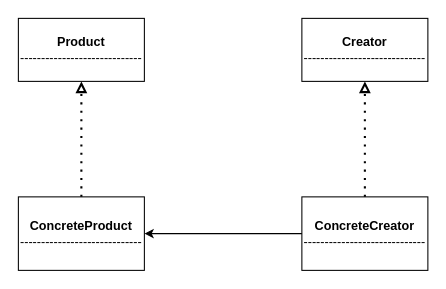
Above: FactoryMethodPatternStructure.drawio in titcoi-eastlaos/diagrams- (draw.io), before the change. Source tidied: cells renumbered, new cells numbered last; positions are measured from the earlier drawing's top-left corner, leaving out a move shared by most shapes. Both pictures are drawn from the tidied source at 105%, with x=0, y=0 at pixel (18, 18).
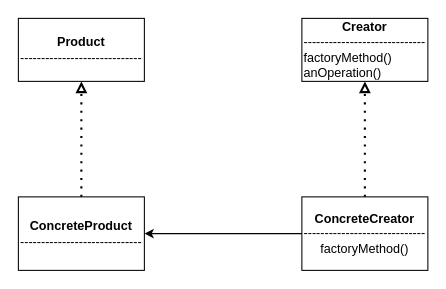
The same page after the edit.

Change to the diagram source:
```diff
@@
 <mxGraphModel>
   <root>
     <mxCell id="0" />
     <mxCell id="1" parent="0" />
     <mxCell id="2" value="&lt;div&gt;&lt;b&gt;Product&lt;/b&gt;&lt;br&gt;&lt;/div&gt;&lt;div&gt;&lt;span&gt;-----------------------------&lt;/span&gt;&lt;/div&gt;" style="rounded=0;whiteSpace=wrap;html=1;align=center;" parent="1" vertex="1">
       <mxGeometry width="120" height="60" as="geometry" />
     </mxCell>
-    <mxCell id="3" value="&lt;b&gt;Creator&lt;/b&gt;&lt;br&gt;-----------------------------" style="rounded=0;whiteSpace=wrap;html=1;" parent="1" vertex="1">
+    <mxCell id="3" value="&lt;b&gt;Creator&lt;/b&gt;&lt;br&gt;-----------------------------&lt;br&gt;&lt;div style=&quot;text-align: left&quot;&gt;&lt;span&gt;factoryMethod()&lt;/span&gt;&lt;/div&gt;&lt;div style=&quot;text-align: left&quot;&gt;&lt;span&gt;anOperation()&lt;/span&gt;&lt;/div&gt;" style="rounded=0;whiteSpace=wrap;html=1;" parent="1" vertex="1">
       <mxGeometry x="270" width="120" height="60" as="geometry" />
     </mxCell>
     <mxCell id="4" value="&lt;b&gt;ConcreteProduct&lt;br&gt;&lt;/b&gt;-----------------------------" style="rounded=0;whiteSpace=wrap;html=1;" parent="1" vertex="1">
       <mxGeometry y="170" width="120" height="70" as="geometry" />
     </mxCell>
-    <mxCell id="5" value="&lt;b&gt;ConcreteCreator&lt;/b&gt;&lt;br&gt;-----------------------------" style="rounded=0;whiteSpace=wrap;html=1;" parent="1" vertex="1">
+    <mxCell id="5" value="&lt;b&gt;ConcreteCreator&lt;/b&gt;&lt;br&gt;-----------------------------&lt;br&gt;factoryMethod()" style="rounded=0;whiteSpace=wrap;html=1;" parent="1" vertex="1">
       <mxGeometry x="270" y="170" width="120" height="70" as="geometry" />
     </mxCell>
     <mxCell id="6" style="endArrow=none;html=1;rounded=0;entryX=0;entryY=0.5;entryDx=0;entryDy=0;exitX=1;exitY=0.5;exitDx=0;exitDy=0;startArrow=classic;startFill=1;" parent="1" edge="1" source="4" target="5">
       <mxGeometry relative="1" as="geometry" />
     </mxCell>
     <mxCell id="7" style="endArrow=block;dashed=1;html=1;dashPattern=1 3;strokeWidth=2;rounded=0;exitX=0.5;exitY=0;exitDx=0;exitDy=0;entryX=0.5;entryY=1;entryDx=0;entryDy=0;endFill=0;" parent="1" edge="1" source="4" target="2">
       <mxGeometry relative="1" as="geometry" />
     </mxCell>
     <mxCell id="8" style="endArrow=block;dashed=1;html=1;dashPattern=1 3;strokeWidth=2;rounded=0;exitX=0.5;exitY=0;exitDx=0;exitDy=0;entryX=0.5;entryY=1;entryDx=0;entryDy=0;endFill=0;" parent="1" edge="1" source="5" target="3">
       <mxGeometry relative="1" as="geometry" />
     </mxCell>
   </root>
 </mxGraphModel>
```
